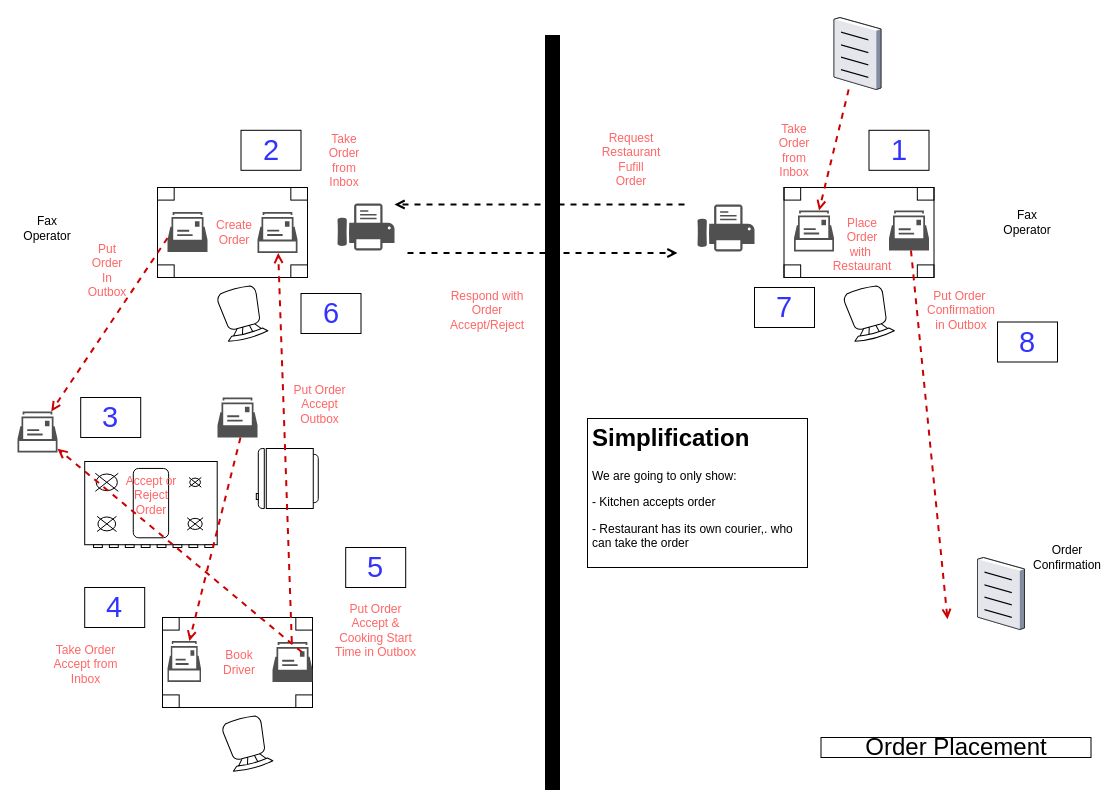
iancooper/practical-messaging keeps this draw.io diagram as resources/Order Placement.drawio. Above is the earlier version. Source tidied: cells renumbered, new cells numbered last; positions are measured from the earlier drawing's top-left corner, leaving out a move shared by most shapes. Both pictures are drawn from the tidied source at 100%, with x=0, y=0 at pixel (17, 17).
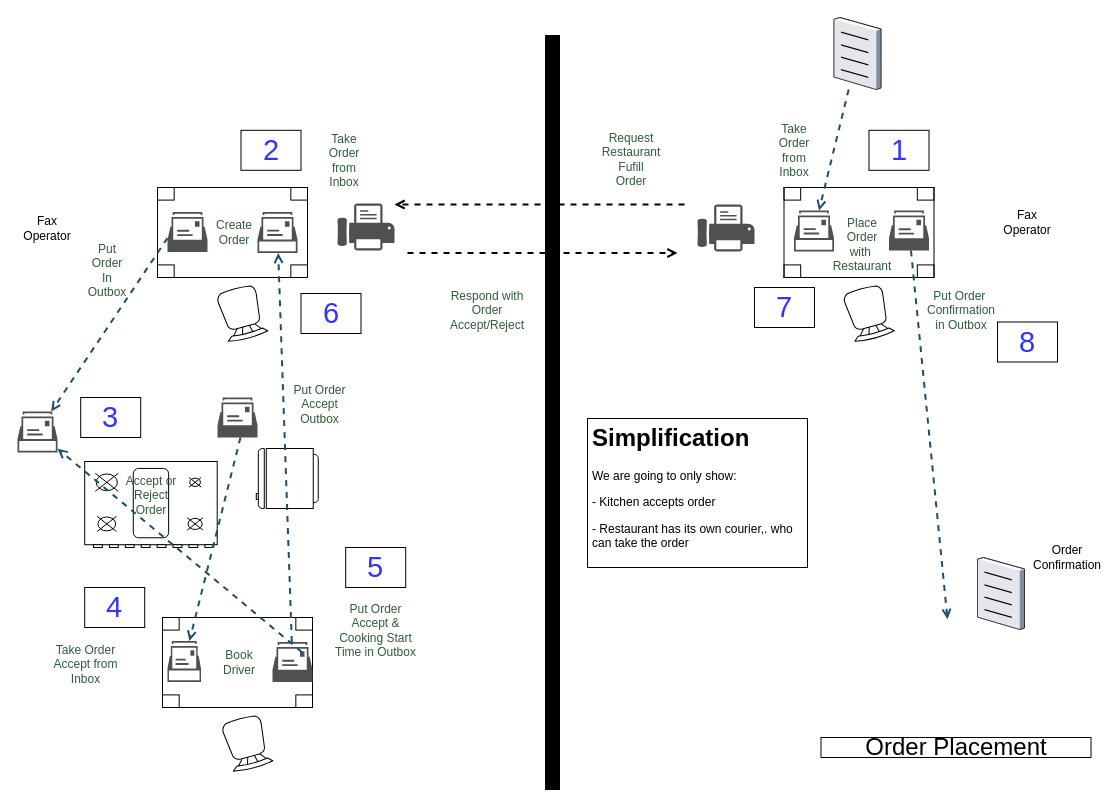
After the change.

The change refers to these unchanged cells:
```xml
<mxCell id="5" style="sketch=0;shadow=0;dashed=0;html=1;strokeColor=none;fillColor=#505050;labelPosition=center;verticalLabelPosition=bottom;verticalAlign=top;outlineConnect=0;align=center;shape=mxgraph.office.concepts.mailbox2;" parent="1" vertex="1">
  <mxGeometry x="776.5" y="193" width="40" height="41" as="geometry" />
</mxCell>
<mxCell id="6" style="sketch=0;shadow=0;dashed=0;html=1;strokeColor=none;fillColor=#505050;labelPosition=center;verticalLabelPosition=bottom;verticalAlign=top;outlineConnect=0;align=center;shape=mxgraph.office.concepts.mailbox;" parent="1" vertex="1">
  <mxGeometry x="871.5" y="193" width="40" height="40" as="geometry" />
</mxCell>
<mxCell id="10" style="sketch=0;shadow=0;dashed=0;html=1;strokeColor=none;fillColor=#505050;labelPosition=center;verticalLabelPosition=bottom;verticalAlign=top;outlineConnect=0;align=center;shape=mxgraph.office.concepts.mailbox2;" parent="1" vertex="1">
  <mxGeometry x="240" y="194.5" width="40" height="41" as="geometry" />
</mxCell>
<mxCell id="27" style="verticalLabelPosition=bottom;sketch=0;html=1;verticalAlign=top;strokeColor=none;align=center;outlineConnect=0;shape=mxgraph.citrix.document;fillColor=#FF3333;" parent="1" vertex="1">
  <mxGeometry x="816.5" width="47" height="72" as="geometry" />
</mxCell>
<mxCell id="33" style="sketch=0;shadow=0;dashed=0;html=1;strokeColor=none;fillColor=#505050;labelPosition=center;verticalLabelPosition=bottom;verticalAlign=top;outlineConnect=0;align=center;shape=mxgraph.office.concepts.mailbox2;" parent="1" vertex="1">
  <mxGeometry y="394" width="40" height="41" as="geometry" />
</mxCell>
<mxCell id="40" style="sketch=0;shadow=0;dashed=0;html=1;strokeColor=none;fillColor=#505050;labelPosition=center;verticalLabelPosition=bottom;verticalAlign=top;outlineConnect=0;align=center;shape=mxgraph.office.concepts.mailbox2;" parent="1" vertex="1">
  <mxGeometry x="150" y="623.5" width="33.5" height="41" as="geometry" />
</mxCell>
<mxCell id="41" style="sketch=0;shadow=0;dashed=0;html=1;strokeColor=none;fillColor=#505050;labelPosition=center;verticalLabelPosition=bottom;verticalAlign=top;outlineConnect=0;align=center;shape=mxgraph.office.concepts.mailbox;" parent="1" vertex="1">
  <mxGeometry x="255" y="624.5" width="40" height="40" as="geometry" />
</mxCell>
```

What changed in the source:
```diff
@@
-    <mxCell id="13" value="&lt;font color=&quot;#ff6666&quot;&gt;Take Order from Inbox&lt;/font&gt;" style="text;html=1;strokeColor=none;fillColor=none;align=center;verticalAlign=middle;whiteSpace=wrap;rounded=0;" parent="1" vertex="1">
+    <mxCell id="13" value="&lt;font color=&quot;#2F5D3A&quot;&gt;Take Order from Inbox&lt;/font&gt;" style="text;html=1;strokeColor=none;fillColor=none;align=center;verticalAlign=middle;whiteSpace=wrap;rounded=0;" parent="1" vertex="1">
       <mxGeometry x="750" y="90" width="53.5" height="85.5" as="geometry" />
     </mxCell>
-    <mxCell id="14" value="&lt;font color=&quot;#ff6666&quot;&gt;Request &lt;br&gt;Restaurant&lt;br&gt;Fufill&lt;br&gt;Order&lt;/font&gt;" style="text;html=1;strokeColor=none;fillColor=none;align=center;verticalAlign=middle;whiteSpace=wrap;rounded=0;" parent="1" vertex="1">
+    <mxCell id="14" value="&lt;font color=&quot;#2F5D3A&quot;&gt;Request &lt;br&gt;Restaurant&lt;br&gt;Fufill&lt;br&gt;Order&lt;/font&gt;" style="text;html=1;strokeColor=none;fillColor=none;align=center;verticalAlign=middle;whiteSpace=wrap;rounded=0;" parent="1" vertex="1">
       <mxGeometry x="586.5" y="99" width="53.5" height="85.5" as="geometry" />
     </mxCell>
@@
-    <mxCell id="17" value="&lt;font color=&quot;#ff6666&quot;&gt;Take Order from Inbox&lt;/font&gt;" style="text;html=1;strokeColor=none;fillColor=none;align=center;verticalAlign=middle;whiteSpace=wrap;rounded=0;" parent="1" vertex="1">
+    <mxCell id="17" value="&lt;font color=&quot;#2F5D3A&quot;&gt;Take Order from Inbox&lt;/font&gt;" style="text;html=1;strokeColor=none;fillColor=none;align=center;verticalAlign=middle;whiteSpace=wrap;rounded=0;" parent="1" vertex="1">
       <mxGeometry x="300" y="100.5" width="53.5" height="85.5" as="geometry" />
     </mxCell>
-    <mxCell id="18" value="&lt;font color=&quot;#ff6666&quot;&gt;Put Order &lt;br&gt;In Outbox&lt;/font&gt;" style="text;html=1;strokeColor=none;fillColor=none;align=center;verticalAlign=middle;whiteSpace=wrap;rounded=0;" parent="1" vertex="1">
+    <mxCell id="18" value="&lt;font color=&quot;#2F5D3A&quot;&gt;Put Order &lt;br&gt;In Outbox&lt;/font&gt;" style="text;html=1;strokeColor=none;fillColor=none;align=center;verticalAlign=middle;whiteSpace=wrap;rounded=0;" parent="1" vertex="1">
       <mxGeometry x="63.2" y="210" width="53.5" height="85.5" as="geometry" />
     </mxCell>
-    <mxCell id="19" value="&lt;font color=&quot;#ff6666&quot;&gt;Place Order&lt;br&gt;with&amp;nbsp;&lt;br&gt;Restaurant&lt;br&gt;&lt;/font&gt;" style="text;html=1;strokeColor=none;fillColor=none;align=center;verticalAlign=middle;whiteSpace=wrap;rounded=0;" parent="1" vertex="1">
+    <mxCell id="19" value="&lt;font color=&quot;#2F5D3A&quot;&gt;Place Order&lt;br&gt;with&amp;nbsp;&lt;br&gt;Restaurant&lt;br&gt;&lt;/font&gt;" style="text;html=1;strokeColor=none;fillColor=none;align=center;verticalAlign=middle;whiteSpace=wrap;rounded=0;" parent="1" vertex="1">
       <mxGeometry x="818" y="184.5" width="53.5" height="85.5" as="geometry" />
     </mxCell>
@@
-    <mxCell id="22" value="&lt;font color=&quot;#ff6666&quot;&gt;Put Order&amp;nbsp;&lt;br&gt;Confirmation&lt;br&gt;in Outbox&lt;/font&gt;" style="text;html=1;strokeColor=none;fillColor=none;align=center;verticalAlign=middle;whiteSpace=wrap;rounded=0;" parent="1" vertex="1">
+    <mxCell id="22" value="&lt;font color=&quot;#2F5D3A&quot;&gt;Put Order&amp;nbsp;&lt;br&gt;Confirmation&lt;br&gt;in Outbox&lt;/font&gt;" style="text;html=1;strokeColor=none;fillColor=none;align=center;verticalAlign=middle;whiteSpace=wrap;rounded=0;" parent="1" vertex="1">
       <mxGeometry x="916.5" y="250" width="53.5" height="85.5" as="geometry" />
     </mxCell>
@@
-    <mxCell id="25" value="&lt;font color=&quot;#ff6666&quot;&gt;Respond with Order Accept/Reject&lt;/font&gt;" style="text;html=1;strokeColor=none;fillColor=none;align=center;verticalAlign=middle;whiteSpace=wrap;rounded=0;" parent="1" vertex="1">
+    <mxCell id="25" value="&lt;font color=&quot;#2F5D3A&quot;&gt;Respond with Order Accept/Reject&lt;/font&gt;" style="text;html=1;strokeColor=none;fillColor=none;align=center;verticalAlign=middle;whiteSpace=wrap;rounded=0;" parent="1" vertex="1">
       <mxGeometry x="430" y="250" width="80" height="85.5" as="geometry" />
     </mxCell>
@@
-    <mxCell id="28" style="endArrow=open;dashed=1;html=1;strokeColor=#CC0000;endFill=0;strokeWidth=2;" parent="1" edge="1" source="27" target="5">
+    <mxCell id="28" style="endArrow=open;dashed=1;html=1;strokeColor=#1D4E6B;endFill=0;strokeWidth=2;" parent="1" edge="1" source="27" target="5">
       <mxGeometry relative="1" as="geometry" />
     </mxCell>
@@
-    <mxCell id="30" value="&lt;font color=&quot;#ff6666&quot;&gt;Create Order&lt;br&gt;&lt;/font&gt;" style="text;html=1;strokeColor=none;fillColor=none;align=center;verticalAlign=middle;whiteSpace=wrap;rounded=0;" parent="1" vertex="1">
+    <mxCell id="30" value="&lt;font color=&quot;#2F5D3A&quot;&gt;Create Order&lt;br&gt;&lt;/font&gt;" style="text;html=1;strokeColor=none;fillColor=none;align=center;verticalAlign=middle;whiteSpace=wrap;rounded=0;" parent="1" vertex="1">
       <mxGeometry x="190" y="171.8" width="53.5" height="85.5" as="geometry" />
     </mxCell>
@@
-    <mxCell id="34" style="endArrow=open;dashed=1;html=1;strokeColor=#CC0000;endFill=0;strokeWidth=2;" parent="1" edge="1" target="33">
+    <mxCell id="34" style="endArrow=open;dashed=1;html=1;strokeColor=#1D4E6B;endFill=0;strokeWidth=2;" parent="1" edge="1" target="33">
       <mxGeometry relative="1" as="geometry">
         <mxPoint x="150" y="220.5" as="sourcePoint" />
       </mxGeometry>
     </mxCell>
-    <mxCell id="35" value="&lt;font color=&quot;#ff6666&quot;&gt;Accept or Reject Order&lt;br&gt;&lt;/font&gt;" style="text;html=1;strokeColor=none;fillColor=none;align=center;verticalAlign=middle;whiteSpace=wrap;rounded=0;" parent="1" vertex="1">
+    <mxCell id="35" value="&lt;font color=&quot;#2F5D3A&quot;&gt;Accept or Reject Order&lt;br&gt;&lt;/font&gt;" style="text;html=1;strokeColor=none;fillColor=none;align=center;verticalAlign=middle;whiteSpace=wrap;rounded=0;" parent="1" vertex="1">
       <mxGeometry x="106.8" y="435" width="53.5" height="85.5" as="geometry" />
     </mxCell>
@@
-    <mxCell id="37" value="&lt;font color=&quot;#ff6666&quot;&gt;Put Order &lt;br&gt;Accept&lt;br&gt;Outbox&lt;/font&gt;" style="text;html=1;strokeColor=none;fillColor=none;align=center;verticalAlign=middle;whiteSpace=wrap;rounded=0;" parent="1" vertex="1">
+    <mxCell id="37" value="&lt;font color=&quot;#2F5D3A&quot;&gt;Put Order &lt;br&gt;Accept&lt;br&gt;Outbox&lt;/font&gt;" style="text;html=1;strokeColor=none;fillColor=none;align=center;verticalAlign=middle;whiteSpace=wrap;rounded=0;" parent="1" vertex="1">
       <mxGeometry x="253.5" y="344.5" width="96.5" height="85.5" as="geometry" />
     </mxCell>
@@
-    <mxCell id="42" value="&lt;font color=&quot;#ff6666&quot;&gt;Book Driver&lt;br&gt;&lt;/font&gt;" style="text;html=1;strokeColor=none;fillColor=none;align=center;verticalAlign=middle;whiteSpace=wrap;rounded=0;" parent="1" vertex="1">
+    <mxCell id="42" value="&lt;font color=&quot;#2F5D3A&quot;&gt;Book Driver&lt;br&gt;&lt;/font&gt;" style="text;html=1;strokeColor=none;fillColor=none;align=center;verticalAlign=middle;whiteSpace=wrap;rounded=0;" parent="1" vertex="1">
       <mxGeometry x="195" y="601.8" width="53.5" height="85.5" as="geometry" />
     </mxCell>
-    <mxCell id="43" style="endArrow=open;dashed=1;html=1;strokeColor=#CC0000;endFill=0;strokeWidth=2;" parent="1" edge="1" target="40">
+    <mxCell id="43" style="endArrow=open;dashed=1;html=1;strokeColor=#1D4E6B;endFill=0;strokeWidth=2;" parent="1" edge="1" target="40">
       <mxGeometry relative="1" as="geometry">
         <mxPoint x="223" y="420" as="sourcePoint" />
       </mxGeometry>
     </mxCell>
-    <mxCell id="44" value="&lt;font color=&quot;#ff6666&quot;&gt;Take Order &lt;br&gt;Accept from Inbox&lt;/font&gt;" style="text;html=1;strokeColor=none;fillColor=none;align=center;verticalAlign=middle;whiteSpace=wrap;rounded=0;" parent="1" vertex="1">
+    <mxCell id="44" value="&lt;font color=&quot;#2F5D3A&quot;&gt;Take Order &lt;br&gt;Accept from Inbox&lt;/font&gt;" style="text;html=1;strokeColor=none;fillColor=none;align=center;verticalAlign=middle;whiteSpace=wrap;rounded=0;" parent="1" vertex="1">
       <mxGeometry x="20.2" y="604.5" width="96.5" height="85.5" as="geometry" />
     </mxCell>
-    <mxCell id="45" style="endArrow=open;dashed=1;html=1;strokeColor=#CC0000;endFill=0;strokeWidth=2;" parent="1" edge="1" source="41" target="10">
+    <mxCell id="45" style="endArrow=open;dashed=1;html=1;strokeColor=#1D4E6B;endFill=0;strokeWidth=2;" parent="1" edge="1" source="41" target="10">
       <mxGeometry relative="1" as="geometry" />
     </mxCell>
-    <mxCell id="46" value="&lt;font color=&quot;#ff6666&quot;&gt;Put Order &lt;br&gt;Accept &amp;amp; Cooking Start Time in Outbox&lt;/font&gt;" style="text;html=1;strokeColor=none;fillColor=none;align=center;verticalAlign=middle;whiteSpace=wrap;rounded=0;" parent="1" vertex="1">
+    <mxCell id="46" value="&lt;font color=&quot;#2F5D3A&quot;&gt;Put Order &lt;br&gt;Accept &amp;amp; Cooking Start Time in Outbox&lt;/font&gt;" style="text;html=1;strokeColor=none;fillColor=none;align=center;verticalAlign=middle;whiteSpace=wrap;rounded=0;" parent="1" vertex="1">
       <mxGeometry x="310" y="570" width="96.5" height="85.5" as="geometry" />
     </mxCell>
@@
-    <mxCell id="48" style="endArrow=open;dashed=1;html=1;strokeColor=#CC0000;endFill=0;strokeWidth=2;" parent="1" edge="1" source="6">
+    <mxCell id="48" style="endArrow=open;dashed=1;html=1;strokeColor=#1D4E6B;endFill=0;strokeWidth=2;" parent="1" edge="1" source="6">
       <mxGeometry relative="1" as="geometry">
         <mxPoint x="930" y="601.8" as="targetPoint" />
       </mxGeometry>
     </mxCell>
@@
-    <mxCell id="55" style="endArrow=open;dashed=1;html=1;strokeColor=#CC0000;endFill=0;strokeWidth=2;" parent="1" edge="1" target="33">
+    <mxCell id="55" style="endArrow=open;dashed=1;html=1;strokeColor=#1D4E6B;endFill=0;strokeWidth=2;" parent="1" edge="1" target="33">
       <mxGeometry relative="1" as="geometry">
         <mxPoint x="284.3" y="634.5" as="sourcePoint" />
       </mxGeometry>
     </mxCell>
```
